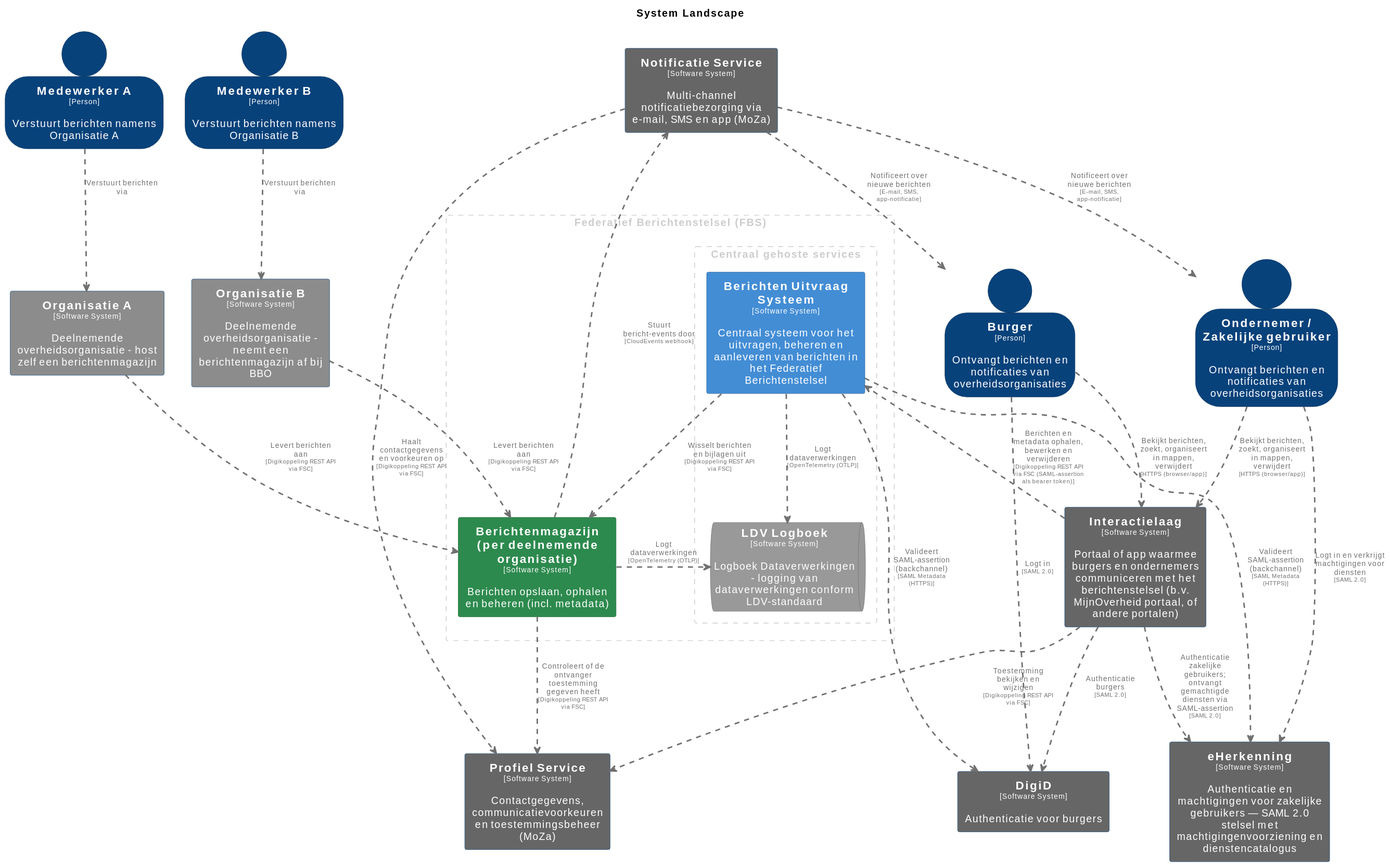
Before: pr-preview/pr-22/master/svg/SystemLandscape.svg, a diagram exported from PlantUML (MinBZK/moza-poc-fbs-berichtenbox). Its source is kept beside it as pr-preview/pr-22/master/puml/SystemLandscape.puml.
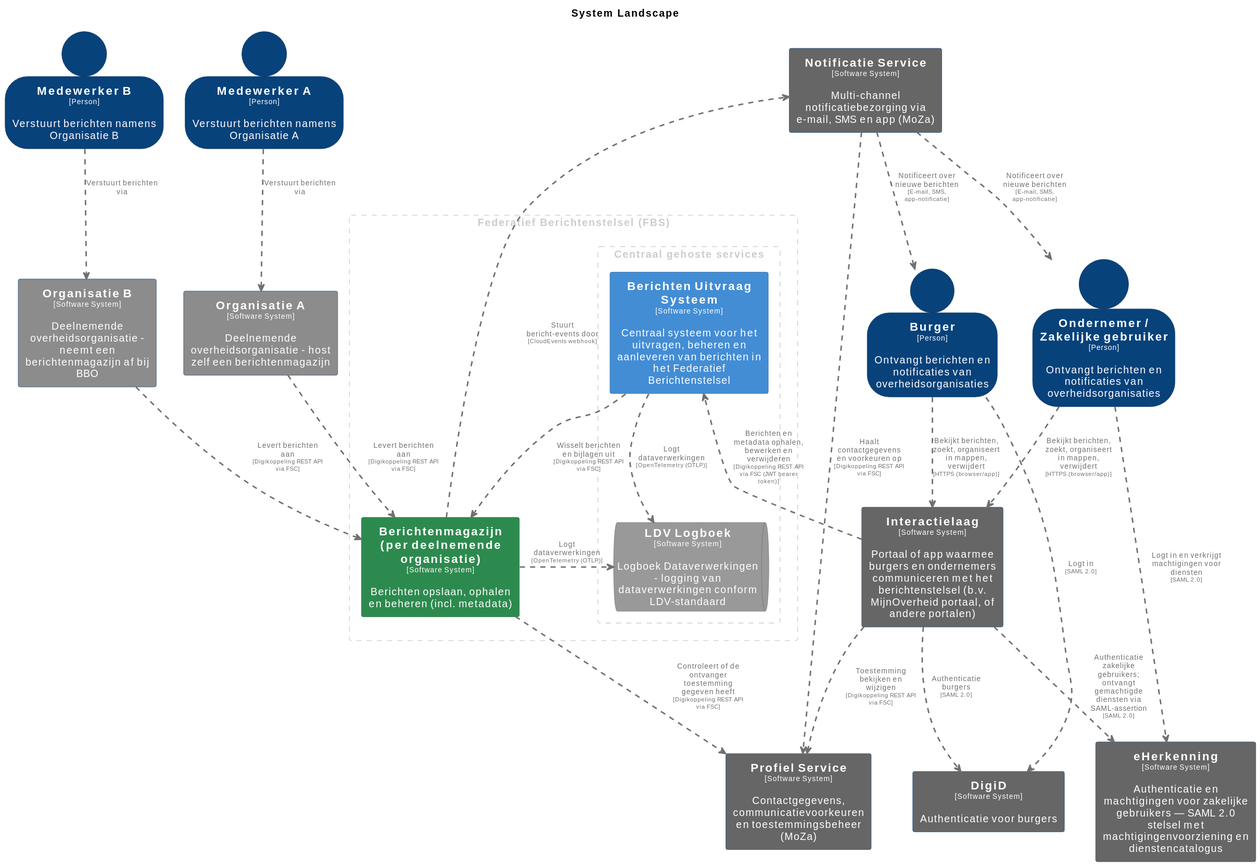
Later version of the same file.

Change to the diagram source:
```diff
@@ -129,7 +129,6 @@
 rectangle "==eHerkenning\n<size:10>[Software System]</size>\n\nAuthenticatie en machtigingen voor zakelijke gebruikers — SAML 2.0 stelsel met machtigingenvoorziening en dienstencatalogus" <<eHerkenning>> as eHerkenning
 rectangle "==DigiD\n<size:10>[Software System]</size>\n\nAuthenticatie voor burgers" <<DigiD>> as DigiD
 
-Berichtenmagazijnperdeelnemendeorganisatie .[#707070,thickness=2].> ProfielService : "<color:#707070>Controleert of de ontvanger toestemming gegeven heeft\n<color:#707070><size:8>[Digikoppeling REST API via FSC]</size>"
 Berichtenmagazijnperdeelnemendeorganisatie .[#707070,thickness=2].> LDVLogboek : "<color:#707070>Logt dataverwerkingen\n<color:#707070><size:8>[OpenTelemetry (OTLP)]</size>"
 BerichtenUitvraagSysteem .[#707070,thickness=2].> LDVLogboek : "<color:#707070>Logt dataverwerkingen\n<color:#707070><size:8>[OpenTelemetry (OTLP)]</size>"
 BerichtenUitvraagSysteem .[#707070,thickness=2].> Berichtenmagazijnperdeelnemendeorganisatie : "<color:#707070>Wisselt berichten en bijlagen uit\n<color:#707070><size:8>[Digikoppeling REST API via FSC]</size>"
@@ -141,14 +140,13 @@
 OndernemerZakelijkegebruiker .[#707070,thickness=2].> eHerkenning : "<color:#707070>Logt in en verkrijgt machtigingen voor diensten\n<color:#707070><size:8>[SAML 2.0]</size>"
 NotificatieService .[#707070,thickness=2].> Burger : "<color:#707070>Notificeert over nieuwe berichten\n<color:#707070><size:8>[E-mail, SMS, app-notificatie]</size>"
 NotificatieService .[#707070,thickness=2].> OndernemerZakelijkegebruiker : "<color:#707070>Notificeert over nieuwe berichten\n<color:#707070><size:8>[E-mail, SMS, app-notificatie]</size>"
-Interactielaag .[#707070,thickness=2].> BerichtenUitvraagSysteem : "<color:#707070>Berichten en metadata ophalen, bewerken en verwijderen\n<color:#707070><size:8>[Digikoppeling REST API via FSC (SAML-assertion als bearer token)]</size>"
+Interactielaag .[#707070,thickness=2].> BerichtenUitvraagSysteem : "<color:#707070>Berichten en metadata ophalen, bewerken en verwijderen\n<color:#707070><size:8>[Digikoppeling REST API via FSC (JWT bearer token)]</size>"
 Interactielaag .[#707070,thickness=2].> ProfielService : "<color:#707070>Toestemming bekijken en wijzigen\n<color:#707070><size:8>[Digikoppeling REST API via FSC]</size>"
 Interactielaag .[#707070,thickness=2].> DigiD : "<color:#707070>Authenticatie burgers\n<color:#707070><size:8>[SAML 2.0]</size>"
 Interactielaag .[#707070,thickness=2].> eHerkenning : "<color:#707070>Authenticatie zakelijke gebruikers; ontvangt gemachtigde diensten via SAML-assertion\n<color:#707070><size:8>[SAML 2.0]</size>"
-BerichtenUitvraagSysteem .[#707070,thickness=2].> eHerkenning : "<color:#707070>Valideert SAML-assertion (backchannel)\n<color:#707070><size:8>[SAML Metadata (HTTPS)]</size>"
-BerichtenUitvraagSysteem .[#707070,thickness=2].> DigiD : "<color:#707070>Valideert SAML-assertion (backchannel)\n<color:#707070><size:8>[SAML Metadata (HTTPS)]</size>"
 Berichtenmagazijnperdeelnemendeorganisatie .[#707070,thickness=2].> NotificatieService : "<color:#707070>Stuurt bericht-events door\n<color:#707070><size:8>[CloudEvents webhook]</size>"
 NotificatieService .[#707070,thickness=2].> ProfielService : "<color:#707070>Haalt contactgegevens en voorkeuren op\n<color:#707070><size:8>[Digikoppeling REST API via FSC]</size>"
 OrganisatieA .[#707070,thickness=2].> Berichtenmagazijnperdeelnemendeorganisatie : "<color:#707070>Levert berichten aan\n<color:#707070><size:8>[Digikoppeling REST API via FSC]</size>"
 OrganisatieB .[#707070,thickness=2].> Berichtenmagazijnperdeelnemendeorganisatie : "<color:#707070>Levert berichten aan\n<color:#707070><size:8>[Digikoppeling REST API via FSC]</size>"
+Berichtenmagazijnperdeelnemendeorganisatie .[#707070,thickness=2].> ProfielService : "<color:#707070>Controleert of de ontvanger toestemming gegeven heeft\n<color:#707070><size:8>[Digikoppeling REST API via FSC]</size>"
 @enduml
```
